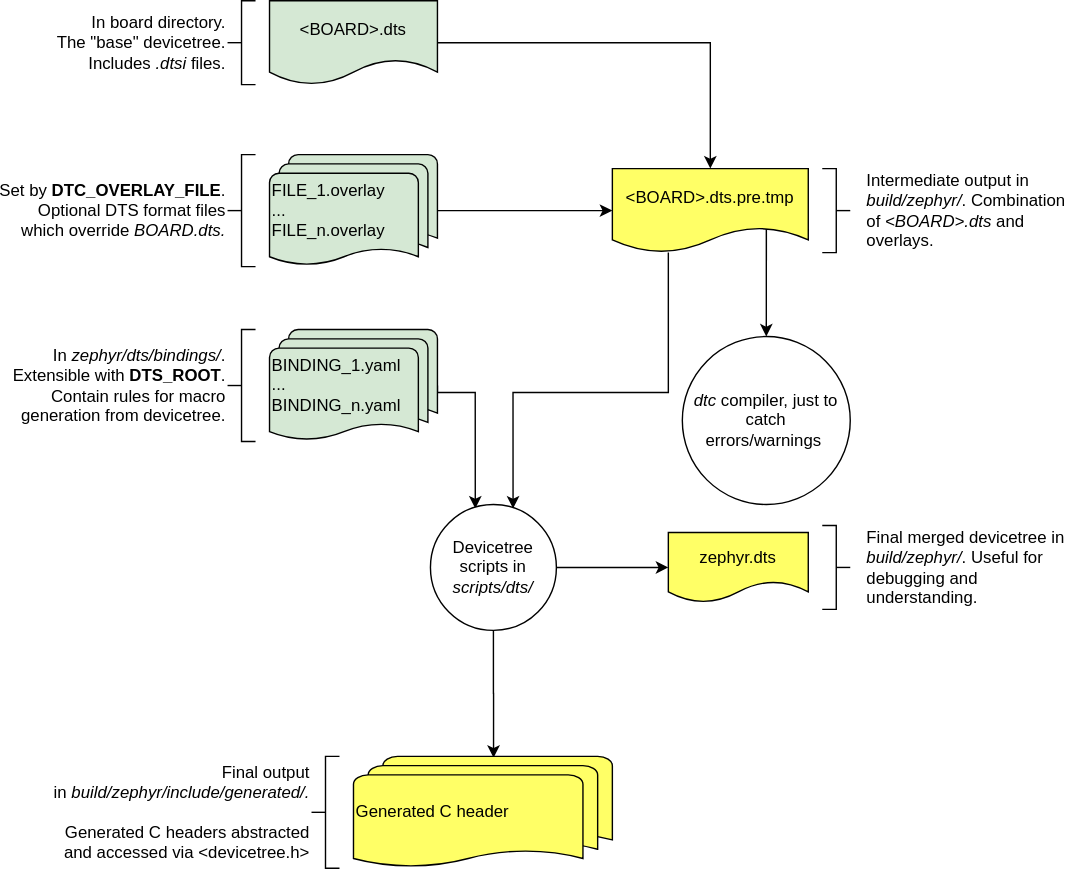
phytec/zephyr-phytec keeps this draw.io diagram as doc/guides/dts/zephyr_dt_inputs_outputs.svg. Above is the earlier version. Source tidied: cells renumbered, new cells last; positions are measured from the earlier drawing's top-left corner, leaving out a move shared by most shapes.
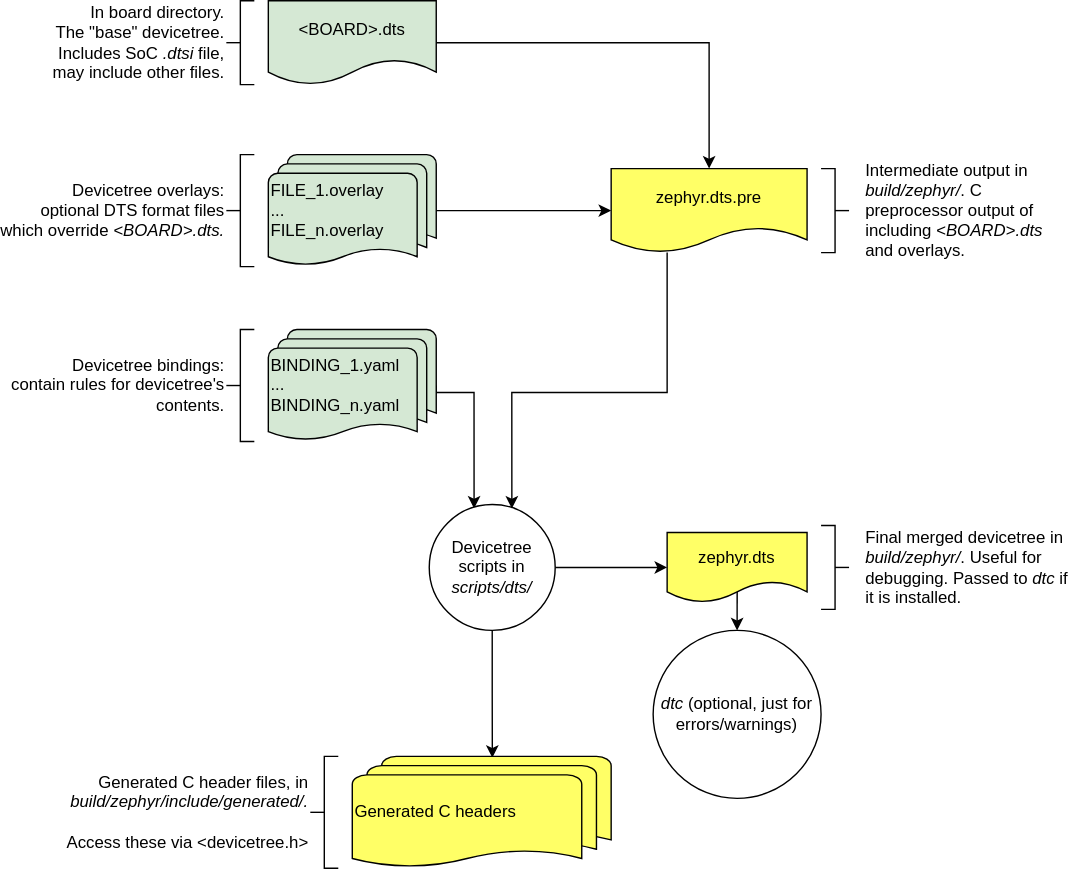
Later version of the same file.

Commit message:
doc: update devicetree sections

Diff of the diagram source:
```diff
@@ -8,10 +8,10 @@
     <mxCell id="3" value="&lt;div&gt;FILE_1.overlay&lt;/div&gt;&lt;div&gt;...&lt;/div&gt;&lt;div&gt;FILE_n.overlay&lt;br&gt;&lt;/div&gt;" style="strokeWidth=1;html=1;shape=mxgraph.flowchart.multi-document;whiteSpace=wrap;shadow=0;align=left;fillColor=#d5e8d4;strokeColor=#000000;" parent="1" vertex="1">
       <mxGeometry x="30" y="110" width="120" height="80" as="geometry" />
     </mxCell>
-    <mxCell id="4" value="&lt;div&gt;Set by &lt;b&gt;DTC_OVERLAY_FILE&lt;/b&gt;.&lt;/div&gt;&lt;div&gt;Optional DTS format files&lt;/div&gt;&lt;div&gt;which override &lt;i&gt;BOARD.dts.&lt;/i&gt;&lt;br&gt;&lt;/div&gt;" style="strokeWidth=1;html=1;shape=mxgraph.flowchart.annotation_2;align=right;labelPosition=left;shadow=0;" parent="1" vertex="1">
+    <mxCell id="4" value="&lt;div&gt;Devicetree overlays:&lt;br&gt;&lt;/div&gt;optional DTS format files&lt;div&gt;which override &lt;i&gt;&amp;lt;BOARD&amp;gt;.dts.&lt;/i&gt;&lt;br&gt;&lt;/div&gt;" style="strokeWidth=1;html=1;shape=mxgraph.flowchart.annotation_2;align=right;labelPosition=left;shadow=0;" parent="1" vertex="1">
       <mxGeometry y="110" width="20" height="80" as="geometry" />
     </mxCell>
-    <mxCell id="5" value="&lt;div&gt;In  board directory.&lt;/div&gt;The &quot;base&quot; devicetree.&lt;div&gt;Includes &lt;i&gt;.dtsi&lt;/i&gt; files.&lt;br&gt;&lt;/div&gt;" style="strokeWidth=1;html=1;shape=mxgraph.flowchart.annotation_2;align=right;labelPosition=left;shadow=0;" parent="1" vertex="1">
+    <mxCell id="5" value="&lt;div&gt;In  board directory.&lt;/div&gt;The &quot;base&quot; devicetree.&lt;div&gt;Includes SoC &lt;i&gt;.dtsi&lt;/i&gt; file,&lt;/div&gt;&lt;div&gt;may include other files.&lt;br&gt;&lt;/div&gt;" style="strokeWidth=1;html=1;shape=mxgraph.flowchart.annotation_2;align=right;labelPosition=left;shadow=0;" parent="1" vertex="1">
       <mxGeometry width="20" height="60" as="geometry" />
     </mxCell>
     <mxCell id="6" style="edgeStyle=orthogonalEdgeStyle;rounded=0;jettySize=auto;html=1;entryX=0.5;entryY=0;entryDx=0;entryDy=0;" parent="1" edge="1" source="7" target="20">
@@ -31,7 +31,7 @@
     <mxCell id="9" value="&lt;div&gt;BINDING_1.yaml&lt;/div&gt;&lt;div&gt;...&lt;/div&gt;&lt;div&gt;BINDING_n.yaml&lt;br&gt;&lt;/div&gt;" style="strokeWidth=1;html=1;shape=mxgraph.flowchart.multi-document;whiteSpace=wrap;shadow=0;align=left;fillColor=#D5E8D4;strokeColor=#000000;" parent="1" vertex="1">
       <mxGeometry x="30" y="235" width="120" height="80" as="geometry" />
     </mxCell>
-    <mxCell id="10" value="&lt;div&gt;In &lt;i&gt;zephyr/dts/bindings/&lt;/i&gt;.&lt;/div&gt;&lt;div&gt;Extensible with &lt;b&gt;DTS_ROOT&lt;/b&gt;.&lt;/div&gt;&lt;div&gt;Contain rules for macro&lt;/div&gt;&lt;div&gt;generation from devicetree.&lt;/div&gt;" style="strokeWidth=1;html=1;shape=mxgraph.flowchart.annotation_2;align=right;labelPosition=left;shadow=0;" parent="1" vertex="1">
+    <mxCell id="10" value="&lt;div&gt;Devicetree bindings:&lt;/div&gt;&lt;div&gt;contain rules for devicetree's&lt;/div&gt;&lt;div&gt;contents.&lt;br&gt;&lt;/div&gt;" style="strokeWidth=1;html=1;shape=mxgraph.flowchart.annotation_2;align=right;labelPosition=left;shadow=0;" parent="1" vertex="1">
       <mxGeometry y="235" width="20" height="80" as="geometry" />
     </mxCell>
     <mxCell id="11" style="edgeStyle=orthogonalEdgeStyle;rounded=0;jettySize=auto;html=1;" parent="1" edge="1" source="13" target="21">
@@ -46,13 +46,13 @@
     <mxCell id="14" style="strokeWidth=1;html=1;shape=mxgraph.flowchart.annotation_2;align=left;labelPosition=right;shadow=0;direction=west;" parent="1" vertex="1">
       <mxGeometry x="425" y="120" width="20" height="60" as="geometry" />
     </mxCell>
-    <mxCell id="15" value="&lt;div&gt;Intermediate output in &lt;i&gt;build/zephyr/&lt;/i&gt;.&amp;nbsp;Combination of &lt;i&gt;&amp;lt;BOARD&amp;gt;.dts&lt;/i&gt; and overlays.&lt;/div&gt;" style="text;html=1;strokeColor=none;fillColor=none;align=left;verticalAlign=middle;whiteSpace=wrap;rounded=0;shadow=0;" parent="1" vertex="1">
-      <mxGeometry x="455" y="140" width="150" height="20" as="geometry" />
+    <mxCell id="15" value="&lt;div&gt;Intermediate output in &lt;i&gt;build/zephyr/&lt;/i&gt;. C preprocessor output of including &lt;i&gt;&amp;lt;BOARD&amp;gt;.dts&lt;/i&gt; and overlays.&lt;/div&gt;" style="text;html=1;strokeColor=none;fillColor=none;align=left;verticalAlign=middle;whiteSpace=wrap;rounded=0;shadow=0;" parent="1" vertex="1">
+      <mxGeometry x="455" y="95" width="150" height="110" as="geometry" />
     </mxCell>
-    <mxCell id="16" value="&lt;div&gt;Final output&lt;br&gt;&lt;/div&gt;&lt;div&gt;in &lt;i&gt;build/zephyr/include/generated/.&lt;/i&gt;&lt;/div&gt;&lt;div&gt;&lt;br&gt;&lt;/div&gt;&lt;div&gt;Generated C headers abstracted&lt;/div&gt;&lt;div&gt;and accessed via&amp;nbsp;&lt;span&gt;&amp;lt;devicetree.h&amp;gt;&lt;/span&gt;&lt;/div&gt;" style="strokeWidth=1;html=1;shape=mxgraph.flowchart.annotation_2;align=right;labelPosition=left;shadow=0;" parent="1" vertex="1">
+    <mxCell id="16" value="&lt;div&gt;Generated C header files, in&lt;/div&gt;&lt;div&gt;&lt;i&gt;build/zephyr/include/generated/.&lt;/i&gt;&lt;/div&gt;&lt;div&gt;&lt;br&gt;&lt;/div&gt;&lt;div&gt; Access these via&amp;nbsp;&lt;span&gt;&amp;lt;devicetree.h&amp;gt;&lt;/span&gt;&lt;/div&gt;" style="strokeWidth=1;html=1;shape=mxgraph.flowchart.annotation_2;align=right;labelPosition=left;shadow=0;" parent="1" vertex="1">
       <mxGeometry x="60" y="540" width="20" height="80" as="geometry" />
     </mxCell>
-    <mxCell id="17" value="&lt;div align=&quot;center&quot;&gt;Generated C header&lt;/div&gt;" style="strokeWidth=1;html=1;shape=mxgraph.flowchart.multi-document;whiteSpace=wrap;shadow=0;align=left;fillColor=#FFFF66;strokeColor=#000000;" parent="1" vertex="1">
+    <mxCell id="17" value="&lt;div align=&quot;center&quot;&gt;Generated C headers&lt;/div&gt;" style="strokeWidth=1;html=1;shape=mxgraph.flowchart.multi-document;whiteSpace=wrap;shadow=0;align=left;fillColor=#FFFF66;strokeColor=#000000;" parent="1" vertex="1">
       <mxGeometry x="90" y="540" width="185" height="80" as="geometry" />
     </mxCell>
     <mxCell id="18" style="edgeStyle=orthogonalEdgeStyle;rounded=0;jettySize=auto;html=1;entryX=0.656;entryY=0.033;entryDx=0;entryDy=0;entryPerimeter=0;" parent="1" edge="1" source="20" target="13">
@@ -63,10 +63,12 @@
         </Array>
       </mxGeometry>
     </mxCell>
-    <mxCell id="19" style="edgeStyle=orthogonalEdgeStyle;rounded=0;jettySize=auto;html=1;entryX=0.5;entryY=0;entryDx=0;entryDy=0;exitX=0.786;exitY=0.717;exitDx=0;exitDy=0;exitPerimeter=0;" parent="1" edge="1" source="20" target="24">
-      <mxGeometry relative="1" as="geometry" />
+    <mxCell id="19" style="edgeStyle=orthogonalEdgeStyle;rounded=0;jettySize=auto;html=1;entryX=0.5;entryY=0;entryDx=0;entryDy=0;exitX=0.786;exitY=0.717;exitDx=0;exitDy=0;exitPerimeter=0;" parent="1" edge="1" target="24">
+      <mxGeometry relative="1" as="geometry">
+        <mxPoint x="365" y="422" as="sourcePoint" />
+      </mxGeometry>
     </mxCell>
-    <mxCell id="20" value="&lt;div&gt;&amp;lt;BOARD&amp;gt;.dts.pre.tmp&lt;br&gt;&lt;/div&gt;" style="shape=document;whiteSpace=wrap;html=1;boundedLbl=1;shadow=0;strokeWidth=1;labelBorderColor=none;labelBackgroundColor=none;fillColor=#FFFF66;" parent="1" vertex="1">
+    <mxCell id="20" value="&lt;div&gt;zephyr.dts.pre&lt;br&gt;&lt;/div&gt;" style="shape=document;whiteSpace=wrap;html=1;boundedLbl=1;shadow=0;strokeWidth=1;labelBorderColor=none;labelBackgroundColor=none;fillColor=#FFFF66;" parent="1" vertex="1">
       <mxGeometry x="275" y="120" width="140" height="60" as="geometry" />
     </mxCell>
     <mxCell id="21" value="&lt;div&gt;zephyr.dts&lt;br&gt;&lt;/div&gt;" style="shape=document;whiteSpace=wrap;html=1;boundedLbl=1;shadow=0;strokeWidth=1;labelBorderColor=none;labelBackgroundColor=none;fillColor=#FFFF66;" parent="1" vertex="1">
@@ -75,11 +77,11 @@
     <mxCell id="22" style="strokeWidth=1;html=1;shape=mxgraph.flowchart.annotation_2;align=left;labelPosition=right;shadow=0;direction=west;" parent="1" vertex="1">
       <mxGeometry x="425" y="375" width="20" height="60" as="geometry" />
     </mxCell>
-    <mxCell id="23" value="Final merged devicetree in&lt;br&gt;&lt;i&gt;build/zephyr/&lt;/i&gt;. Useful for debugging and understanding." style="text;html=1;strokeColor=none;fillColor=none;align=left;verticalAlign=middle;whiteSpace=wrap;rounded=0;shadow=0;" parent="1" vertex="1">
-      <mxGeometry x="455" y="395" width="150" height="20" as="geometry" />
+    <mxCell id="23" value="Final merged devicetree in&lt;br&gt;&lt;i&gt;build/zephyr/&lt;/i&gt;. Useful for debugging. Passed to &lt;i&gt;dtc&lt;/i&gt; if it is installed." style="text;html=1;strokeColor=none;fillColor=none;align=left;verticalAlign=middle;whiteSpace=wrap;rounded=0;shadow=0;" parent="1" vertex="1">
+      <mxGeometry x="455" y="377.5" width="150" height="55" as="geometry" />
     </mxCell>
-    <mxCell id="24" value="&lt;div&gt;&lt;i&gt;dtc&lt;/i&gt;&amp;nbsp;compiler, just to catch errors/warnings&amp;nbsp;&lt;/div&gt;" style="ellipse;whiteSpace=wrap;html=1;shadow=0;strokeWidth=1;align=center;" parent="1" vertex="1">
-      <mxGeometry x="325" y="240" width="120" height="120" as="geometry" />
+    <mxCell id="24" value="&lt;div&gt;&lt;i&gt;dtc&lt;/i&gt; (optional, just for errors/warnings)&lt;/div&gt;" style="ellipse;whiteSpace=wrap;html=1;shadow=0;strokeWidth=1;align=center;" parent="1" vertex="1">
+      <mxGeometry x="305" y="450" width="120" height="120" as="geometry" />
     </mxCell>
   </root>
 </mxGraphModel>
```
